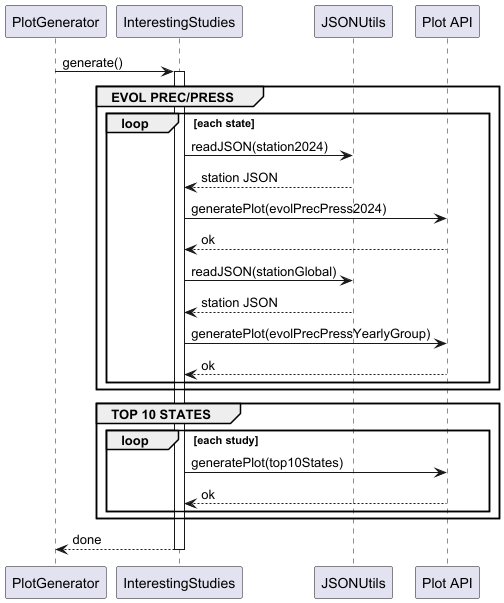
This is big-data-core/documentation/export/plot_generation/interesting_studies_execution.png from cfkr-dev/aemet_spark_study, a PlantUML export, as it was before one commit.
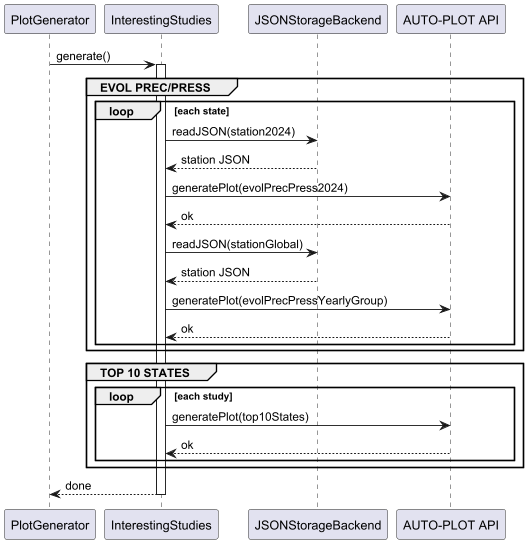
The same diagram one commit later.

The edit, as a diff of the source:
```diff
@@ -1,30 +1,30 @@
 @startuml
 participant "PlotGenerator" as PLOT_GENERATOR
 participant "InterestingStudies" as INTERESTING_STUDIES
-participant "JSONUtils" as JSON_UTILS
-participant "Plot API" as PLOT_API
+participant "JSONStorageBackend" as JSON_STORAGE_BACKEND
+participant "AUTO-PLOT API" as AUTO_PLOT_API
 
 PLOT_GENERATOR -> INTERESTING_STUDIES : generate()
 activate INTERESTING_STUDIES
 
 group EVOL PREC/PRESS
     loop each state
-        INTERESTING_STUDIES -> JSON_UTILS : readJSON(station2024)
-        JSON_UTILS --> INTERESTING_STUDIES : station JSON
-        INTERESTING_STUDIES -> PLOT_API : generatePlot(evolPrecPress2024)
-        PLOT_API --> INTERESTING_STUDIES : ok
+        INTERESTING_STUDIES -> JSON_STORAGE_BACKEND : readJSON(station2024)
+        JSON_STORAGE_BACKEND --> INTERESTING_STUDIES : station JSON
+        INTERESTING_STUDIES -> AUTO_PLOT_API : generatePlot(evolPrecPress2024)
+        AUTO_PLOT_API --> INTERESTING_STUDIES : ok
 
-        INTERESTING_STUDIES -> JSON_UTILS : readJSON(stationGlobal)
-        JSON_UTILS --> INTERESTING_STUDIES : station JSON
-        INTERESTING_STUDIES -> PLOT_API : generatePlot(evolPrecPressYearlyGroup)
-        PLOT_API --> INTERESTING_STUDIES : ok
+        INTERESTING_STUDIES -> JSON_STORAGE_BACKEND : readJSON(stationGlobal)
+        JSON_STORAGE_BACKEND --> INTERESTING_STUDIES : station JSON
+        INTERESTING_STUDIES -> AUTO_PLOT_API : generatePlot(evolPrecPressYearlyGroup)
+        AUTO_PLOT_API --> INTERESTING_STUDIES : ok
     end
 end
 
 group TOP 10 STATES
     loop each study
-        INTERESTING_STUDIES -> PLOT_API : generatePlot(top10States)
-        PLOT_API --> INTERESTING_STUDIES : ok
+        INTERESTING_STUDIES -> AUTO_PLOT_API : generatePlot(top10States)
+        AUTO_PLOT_API --> INTERESTING_STUDIES : ok
     end
 end
 
```
